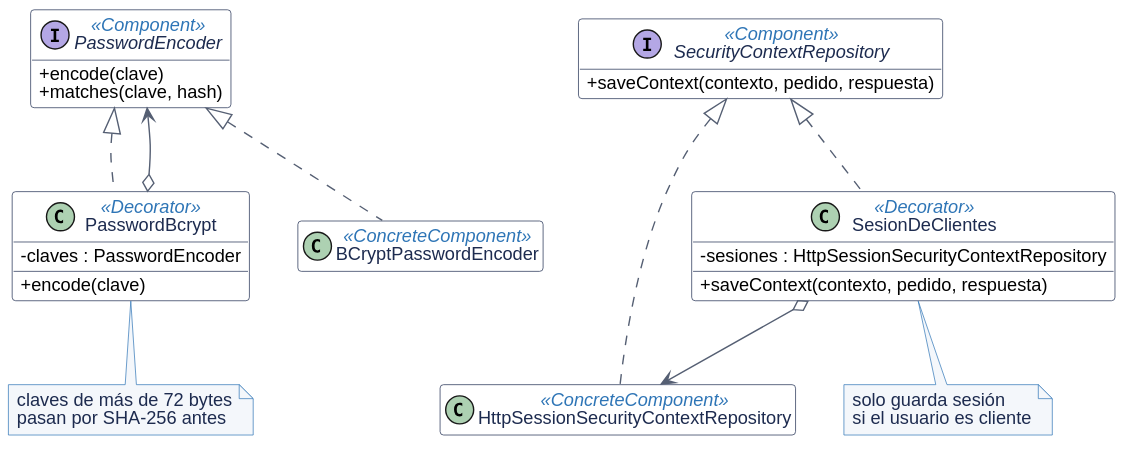
Above: _other/docs/diagramas/patron-decorator.svg in andreiveisuade/cine-uade (PlantUML), before the change. Source of this version:
```plantuml
@startuml
!include _estilo-patrones.iuml
interface PasswordEncoder <<Component>> {
  + encode(clave)
  + matches(clave, hash)
}
class PasswordBcrypt <<Decorator>> {
  - claves : PasswordEncoder
  + encode(clave)
}
class BCryptPasswordEncoder <<ConcreteComponent>>
interface SecurityContextRepository <<Component>> {
  + saveContext(contexto, pedido, respuesta)
}
class SesionDeClientes <<Decorator>> {
  - sesiones : HttpSessionSecurityContextRepository
  + saveContext(contexto, pedido, respuesta)
}
class HttpSessionSecurityContextRepository <<ConcreteComponent>>
PasswordEncoder <|.. PasswordBcrypt
PasswordEncoder <|.. BCryptPasswordEncoder
PasswordBcrypt o--> PasswordEncoder
SecurityContextRepository <|.. SesionDeClientes
SecurityContextRepository <|.. HttpSessionSecurityContextRepository
SesionDeClientes o--> HttpSessionSecurityContextRepository
note bottom of PasswordBcrypt : claves de más de 72 bytes\npasan por SHA-256 antes
note bottom of SesionDeClientes : solo guarda sesión\nsi el usuario es cliente
@enduml
```
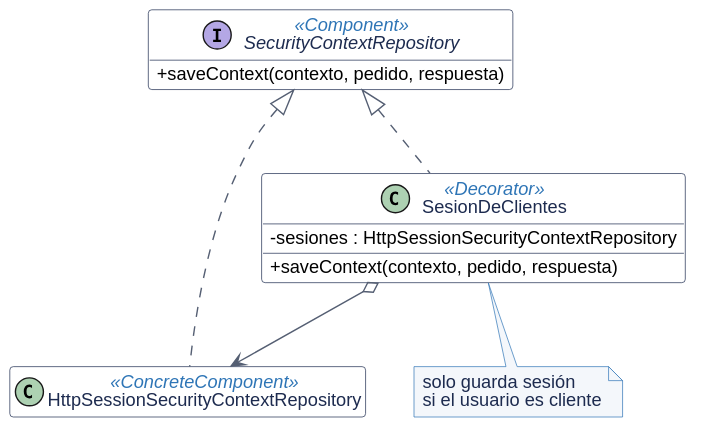
Above is the later version.

Commit message:
docs(diagramas): decorator, usuarios y adapter de mercado pago sin las clases que ya no existen

The edit, as a diff of the source:
```diff
@@ -1,14 +1,5 @@
 @startuml
 !include _estilo-patrones.iuml
-interface PasswordEncoder <<Component>> {
-  + encode(clave)
-  + matches(clave, hash)
-}
-class PasswordBcrypt <<Decorator>> {
-  - claves : PasswordEncoder
-  + encode(clave)
-}
-class BCryptPasswordEncoder <<ConcreteComponent>>
 interface SecurityContextRepository <<Component>> {
   + saveContext(contexto, pedido, respuesta)
 }
@@ -17,12 +8,8 @@
   + saveContext(contexto, pedido, respuesta)
 }
 class HttpSessionSecurityContextRepository <<ConcreteComponent>>
-PasswordEncoder <|.. PasswordBcrypt
-PasswordEncoder <|.. BCryptPasswordEncoder
-PasswordBcrypt o--> PasswordEncoder
 SecurityContextRepository <|.. SesionDeClientes
 SecurityContextRepository <|.. HttpSessionSecurityContextRepository
 SesionDeClientes o--> HttpSessionSecurityContextRepository
-note bottom of PasswordBcrypt : claves de más de 72 bytes\npasan por SHA-256 antes
 note bottom of SesionDeClientes : solo guarda sesión\nsi el usuario es cliente
 @enduml
```
